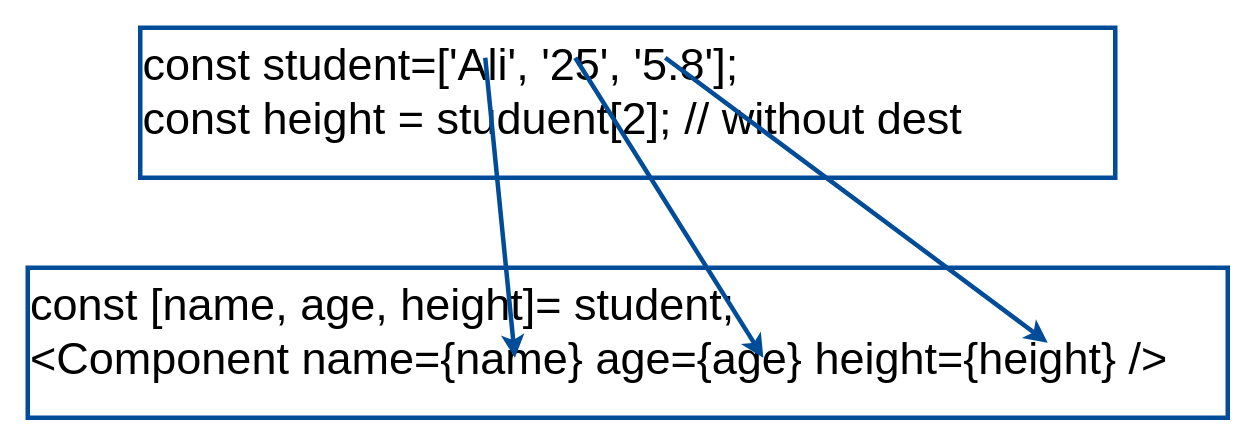
The draw.io diagram draw_io/dest.drawio in arsibux/react-app, before the edit. Source tidied: cells renumbered, new cells numbered last; positions are measured from the earlier drawing's top-left corner, leaving out a move shared by most shapes. Both pictures are drawn from the tidied source at 150%, with x=0, y=0 at pixel (27, 27).
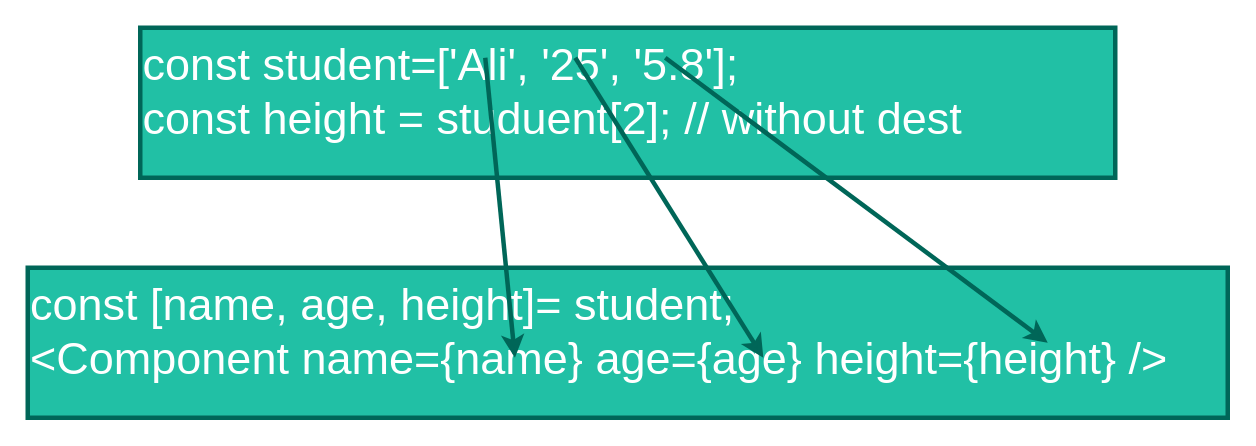
The same diagram, later.

What changed in the source:
```diff
@@
 <mxGraphModel>
   <root>
     <mxCell id="0" />
     <mxCell id="1" parent="0" />
-    <mxCell id="2" value="&lt;font style=&quot;font-size: 30px;&quot;&gt;const student=['Ali', '25', '5.8'];&lt;br&gt;const height = studuent[2]; // without dest&lt;br&gt;&lt;/font&gt;" style="rounded=0;whiteSpace=wrap;html=1;verticalAlign=top;align=left;strokeWidth=3;strokeColor=#004C99;" parent="1" vertex="1">
+    <mxCell id="2" value="&lt;font style=&quot;font-size: 30px;&quot;&gt;const student=['Ali', '25', '5.8'];&lt;br&gt;const height = studuent[2]; // without dest&lt;br&gt;&lt;/font&gt;" style="rounded=0;whiteSpace=wrap;html=1;verticalAlign=top;align=left;strokeWidth=3;strokeColor=#006658;fillColor=#21C0A5;fontColor=#FFFFFF;" parent="1" vertex="1">
       <mxGeometry x="75" width="650" height="100" as="geometry" />
     </mxCell>
-    <mxCell id="3" value="&lt;font style=&quot;font-size: 30px;&quot;&gt;const [name, age, height]= student;&lt;br&gt;&amp;lt;Component name={name} age={age} height={height} /&amp;gt;&lt;br&gt;&lt;/font&gt;" style="rounded=0;whiteSpace=wrap;html=1;verticalAlign=top;align=left;strokeWidth=3;strokeColor=#004C99;" parent="1" vertex="1">
+    <mxCell id="3" value="&lt;font style=&quot;font-size: 30px;&quot;&gt;const [name, age, height]= student;&lt;br&gt;&amp;lt;Component name={name} age={age} height={height} /&amp;gt;&lt;br&gt;&lt;/font&gt;" style="rounded=0;whiteSpace=wrap;html=1;verticalAlign=top;align=left;strokeWidth=3;strokeColor=#006658;fillColor=#21C0A5;fontColor=#FFFFFF;" parent="1" vertex="1">
       <mxGeometry y="160" width="800" height="100" as="geometry" />
     </mxCell>
-    <mxCell id="4" style="endArrow=classic;html=1;rounded=0;fontSize=30;entryX=0.406;entryY=0.6;entryDx=0;entryDy=0;entryPerimeter=0;strokeWidth=3;strokeColor=#004C99;" parent="1" edge="1" target="3">
+    <mxCell id="4" style="endArrow=classic;html=1;rounded=0;fontSize=30;entryX=0.406;entryY=0.6;entryDx=0;entryDy=0;entryPerimeter=0;strokeWidth=3;strokeColor=#006658;fontColor=#5C5C5C;" parent="1" edge="1" target="3">
       <mxGeometry relative="1" as="geometry">
         <mxPoint x="305" y="20" as="sourcePoint" />
       </mxGeometry>
     </mxCell>
-    <mxCell id="5" style="endArrow=classic;html=1;rounded=0;fontSize=30;entryX=0.613;entryY=0.6;entryDx=0;entryDy=0;entryPerimeter=0;strokeWidth=3;strokeColor=#004C99;" parent="1" edge="1" target="3">
+    <mxCell id="5" style="endArrow=classic;html=1;rounded=0;fontSize=30;entryX=0.613;entryY=0.6;entryDx=0;entryDy=0;entryPerimeter=0;strokeWidth=3;strokeColor=#006658;fontColor=#5C5C5C;" parent="1" edge="1" target="3">
       <mxGeometry relative="1" as="geometry">
         <mxPoint x="365" y="20" as="sourcePoint" />
       </mxGeometry>
     </mxCell>
-    <mxCell id="6" style="endArrow=classic;html=1;rounded=0;fontSize=30;entryX=0.85;entryY=0.5;entryDx=0;entryDy=0;entryPerimeter=0;strokeWidth=3;strokeColor=#004C99;" parent="1" edge="1" target="3">
+    <mxCell id="6" style="endArrow=classic;html=1;rounded=0;fontSize=30;entryX=0.85;entryY=0.5;entryDx=0;entryDy=0;entryPerimeter=0;strokeWidth=3;strokeColor=#006658;fontColor=#5C5C5C;" parent="1" edge="1" target="3">
       <mxGeometry relative="1" as="geometry">
         <mxPoint x="425" y="20" as="sourcePoint" />
       </mxGeometry>
     </mxCell>
   </root>
 </mxGraphModel>
```
